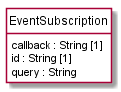
tmforum-apis/Open_Api_And_Data_Model keeps this PlantUML diagram as apis/TMF688_Event/documentation/diagrams/Resource_EventSubscription.png. Above is the earlier version. Its diagram source:
```plantuml
@startuml
hide circle
hide methods
hide stereotype
show <<Enumeration>> stereotype
skinparam class {
   BackgroundColor<<Enumeration>> #E6F5F7
   BackgroundColor<<Ref>> #FFFFE0
   BackgroundColor<<Pivot>> #FFFFFFF
   BackgroundColor #FCF2E3
}

class EventSubscription  <<Pivot>> {
    callback : String [1]
    id : String [1]
    query : String
}


@enduml
```
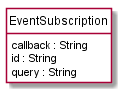
Later version of the same file.

Diff of the diagram source:
```diff
@@ -11,8 +11,8 @@
 }
 
 class EventSubscription  <<Pivot>> {
-    callback : String [1]
-    id : String [1]
+    callback : String
+    id : String
     query : String
 }
 
```
